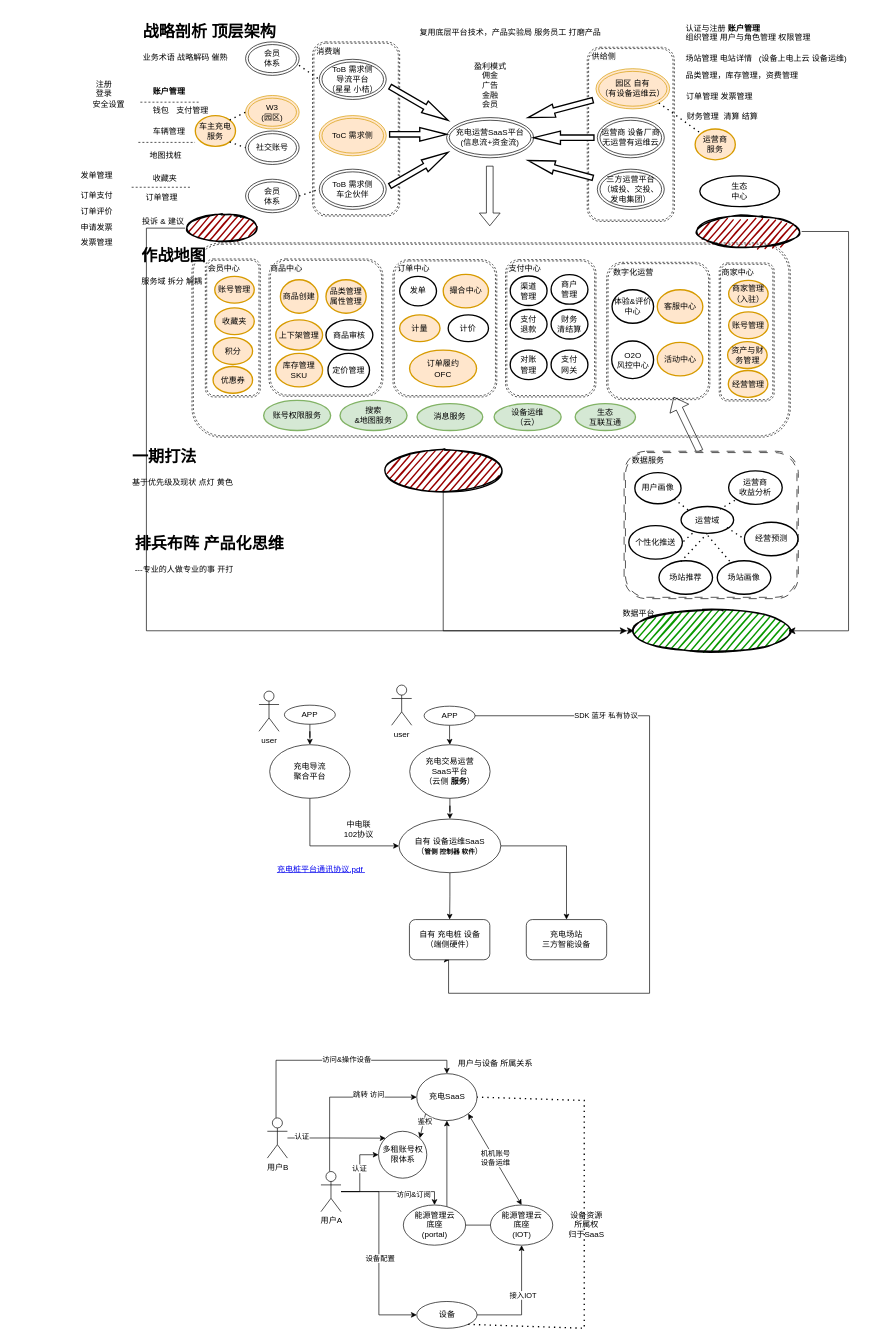
Before: page "第 2 页" (1 of 2) of OO.drawio in numenshane/draw.io, a draw.io diagram. Source tidied: cells renumbered, new cells numbered last; positions are measured from the earlier drawing's top-left corner, leaving out a move shared by most shapes. Both pictures are drawn from the tidied source at 67%, with x=0, y=0 at pixel (79, 13).
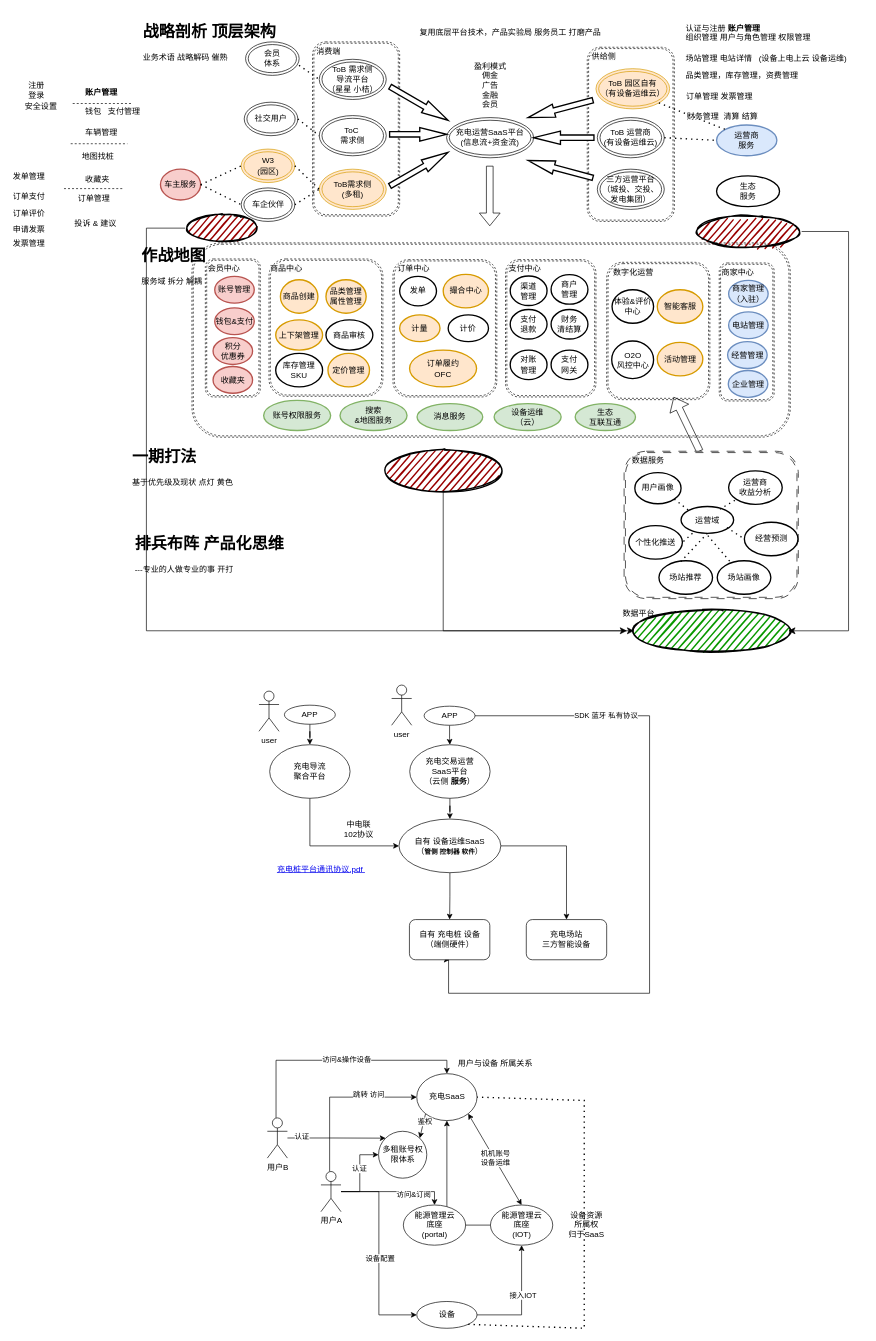
The same page after the edit.

What changed in the source:
```diff
@@
-    <mxCell id="10" value="运营商 设备厂商&lt;br&gt;无运营有运维云" style="ellipse;shape=doubleEllipse;whiteSpace=wrap;html=1;" parent="1" vertex="1">
+    <mxCell id="10" value="ToB 运营商&lt;br&gt;(有设备运维云)" style="ellipse;shape=doubleEllipse;whiteSpace=wrap;html=1;" parent="1" vertex="1">
       <mxGeometry x="773" y="155" width="100" height="60" as="geometry" />
     </mxCell>
-    <mxCell id="11" value="ToC&amp;nbsp;需求侧" style="ellipse;shape=doubleEllipse;whiteSpace=wrap;html=1;fillColor=#ffe6cc;strokeColor=#d79b00;" parent="1" vertex="1">
+    <mxCell id="11" value="ToC&amp;nbsp;&lt;br&gt;需求侧" style="ellipse;shape=doubleEllipse;whiteSpace=wrap;html=1;" parent="1" vertex="1">
       <mxGeometry x="358" y="152" width="100" height="60" as="geometry" />
     </mxCell>
@@
-    <mxCell id="17" value="ToB 需求侧&lt;br&gt;车企伙伴" style="ellipse;shape=doubleEllipse;whiteSpace=wrap;html=1;" parent="1" vertex="1">
+    <mxCell id="17" value="ToB需求侧&lt;br&gt;(多租)" style="ellipse;shape=doubleEllipse;whiteSpace=wrap;html=1;fillColor=#ffe6cc;strokeColor=#d79b00;" parent="1" vertex="1">
       <mxGeometry x="358" y="232" width="100" height="60" as="geometry" />
     </mxCell>
@@
-    <mxCell id="19" value="园区 自有&lt;br&gt;（有设备运维云）" style="ellipse;shape=doubleEllipse;whiteSpace=wrap;html=1;fillColor=#ffe6cc;strokeColor=#d79b00;" parent="1" vertex="1">
+    <mxCell id="19" value="ToB 园区自有&lt;br&gt;（有设备运维云）" style="ellipse;shape=doubleEllipse;whiteSpace=wrap;html=1;fillColor=#ffe6cc;strokeColor=#d79b00;" parent="1" vertex="1">
       <mxGeometry x="771" y="82" width="110" height="60" as="geometry" />
     </mxCell>
@@
-    <mxCell id="21" value="会员&lt;br&gt;体系" style="ellipse;shape=doubleEllipse;whiteSpace=wrap;html=1;" parent="1" vertex="1">
-      <mxGeometry x="248" y="247" width="80" height="50" as="geometry" />
+    <mxCell id="21" value="车企伙伴" style="ellipse;shape=doubleEllipse;whiteSpace=wrap;html=1;" parent="1" vertex="1">
+      <mxGeometry x="241.5" y="260" width="80" height="50" as="geometry" />
     </mxCell>
@@
     <mxCell id="23" value="W3&lt;br&gt;(园区)" style="ellipse;shape=doubleEllipse;whiteSpace=wrap;html=1;fillColor=#ffe6cc;strokeColor=#d79b00;" parent="1" vertex="1">
-      <mxGeometry x="248" y="122" width="80" height="50" as="geometry" />
+      <mxGeometry x="241.5" y="202" width="80" height="50" as="geometry" />
     </mxCell>
-    <mxCell id="24" value="社交账号" style="ellipse;shape=doubleEllipse;whiteSpace=wrap;html=1;" parent="1" vertex="1">
-      <mxGeometry x="248" y="175" width="80" height="50" as="geometry" />
+    <mxCell id="24" value="社交用户" style="ellipse;shape=doubleEllipse;whiteSpace=wrap;html=1;" parent="1" vertex="1">
+      <mxGeometry x="246" y="132" width="80" height="50" as="geometry" />
     </mxCell>
@@
-    <mxCell id="28" value="客服中心" style="strokeWidth=2;html=1;shape=mxgraph.flowchart.start_1;whiteSpace=wrap;fillColor=#ffe6cc;strokeColor=#d79b00;" parent="1" vertex="1">
+    <mxCell id="28" value="智能客服" style="strokeWidth=2;html=1;shape=mxgraph.flowchart.start_1;whiteSpace=wrap;fillColor=#ffe6cc;strokeColor=#d79b00;" parent="1" vertex="1">
       <mxGeometry x="862.5" y="412" width="68" height="50" as="geometry" />
     </mxCell>
@@
-    <mxCell id="30" value="&lt;b&gt;账户管理&lt;/b&gt;" style="text;whiteSpace=wrap;html=1;" parent="1" vertex="1">
-      <mxGeometry x="108" y="102" width="80" height="40" as="geometry" />
-    </mxCell>
-    <mxCell id="31" value="车辆管理" style="text;whiteSpace=wrap;html=1;" parent="1" vertex="1">
-      <mxGeometry x="108" y="162" width="80" height="40" as="geometry" />
-    </mxCell>
-    <mxCell id="32" value="安全设置" style="text;whiteSpace=wrap;html=1;" parent="1" vertex="1">
-      <mxGeometry x="18" y="122" width="80" height="40" as="geometry" />
-    </mxCell>
-    <mxCell id="33" value="支付管理" style="text;whiteSpace=wrap;html=1;" parent="1" vertex="1">
-      <mxGeometry x="143" y="130" width="80" height="40" as="geometry" />
-    </mxCell>
-    <mxCell id="34" value="收藏夹" style="text;whiteSpace=wrap;html=1;" parent="1" vertex="1">
-      <mxGeometry x="108" y="232" width="70" height="40" as="geometry" />
-    </mxCell>
-    <mxCell id="35" value="订单管理" style="text;whiteSpace=wrap;html=1;" parent="1" vertex="1">
-      <mxGeometry x="97" y="260" width="70" height="40" as="geometry" />
-    </mxCell>
-    <mxCell id="36" value="订单评价" style="text;whiteSpace=wrap;html=1;" parent="1" vertex="1">
-      <mxGeometry y="282" width="80" height="40" as="geometry" />
-    </mxCell>
-    <mxCell id="37" value="发单管理" style="text;whiteSpace=wrap;html=1;" parent="1" vertex="1">
-      <mxGeometry y="227" width="80" height="40" as="geometry" />
-    </mxCell>
-    <mxCell id="38" value="地图找桩" style="text;whiteSpace=wrap;html=1;" parent="1" vertex="1">
-      <mxGeometry x="103" y="198" width="80" height="40" as="geometry" />
-    </mxCell>
-    <mxCell id="39" value="订单支付" style="text;whiteSpace=wrap;html=1;" parent="1" vertex="1">
-      <mxGeometry y="257" width="80" height="40" as="geometry" />
-    </mxCell>
-    <mxCell id="40" value="申请发票" style="text;whiteSpace=wrap;html=1;" parent="1" vertex="1">
-      <mxGeometry y="306" width="80" height="40" as="geometry" />
-    </mxCell>
-    <mxCell id="41" value="发票管理" style="text;whiteSpace=wrap;html=1;" parent="1" vertex="1">
-      <mxGeometry y="327" width="80" height="40" as="geometry" />
-    </mxCell>
-    <mxCell id="42" value="注册 &lt;br&gt;登录" style="text;whiteSpace=wrap;html=1;" parent="1" vertex="1">
-      <mxGeometry x="23" y="92" width="80" height="40" as="geometry" />
-    </mxCell>
-    <mxCell id="43" value="投诉 &amp;amp; 建议" style="text;whiteSpace=wrap;html=1;" parent="1" vertex="1">
-      <mxGeometry x="92" y="297" width="80" height="40" as="geometry" />
-    </mxCell>
@@
-    <mxCell id="63" value="库存管理&lt;br&gt;SKU" style="strokeWidth=2;html=1;shape=mxgraph.flowchart.start_1;whiteSpace=wrap;fillColor=#ffe6cc;strokeColor=#d79b00;" parent="1" vertex="1">
+    <mxCell id="63" value="库存管理&lt;br&gt;SKU" style="strokeWidth=2;html=1;shape=mxgraph.flowchart.start_1;whiteSpace=wrap;" parent="1" vertex="1">
       <mxGeometry x="293" y="507" width="70" height="50" as="geometry" />
     </mxCell>
-    <mxCell id="64" value="定价管理" style="strokeWidth=2;html=1;shape=mxgraph.flowchart.start_1;whiteSpace=wrap;" parent="1" vertex="1">
+    <mxCell id="64" value="定价管理" style="strokeWidth=2;html=1;shape=mxgraph.flowchart.start_1;whiteSpace=wrap;fillColor=#ffe6cc;strokeColor=#d79b00;" parent="1" vertex="1">
       <mxGeometry x="371" y="507" width="62" height="50" as="geometry" />
     </mxCell>
@@
-    <mxCell id="67" value="车主充电服务" style="strokeWidth=2;html=1;shape=mxgraph.flowchart.start_1;whiteSpace=wrap;fillColor=#ffe6cc;strokeColor=#d79b00;" parent="1" vertex="1">
-      <mxGeometry x="173" y="152" width="60" height="46" as="geometry" />
+    <mxCell id="67" value="车主服务" style="strokeWidth=2;html=1;shape=mxgraph.flowchart.start_1;whiteSpace=wrap;fillColor=#f8cecc;strokeColor=#b85450;" parent="1" vertex="1">
+      <mxGeometry x="121" y="232" width="60" height="46" as="geometry" />
     </mxCell>
-    <mxCell id="68" value="运营商&lt;br&gt;服务" style="strokeWidth=2;html=1;shape=mxgraph.flowchart.start_1;whiteSpace=wrap;fillColor=#ffe6cc;strokeColor=#d79b00;" parent="1" vertex="1">
-      <mxGeometry x="919" y="172" width="60" height="46" as="geometry" />
+    <mxCell id="68" value="运营商&lt;br&gt;服务" style="strokeWidth=2;html=1;shape=mxgraph.flowchart.start_1;whiteSpace=wrap;fillColor=#dae8fc;strokeColor=#6c8ebf;" parent="1" vertex="1">
+      <mxGeometry x="951" y="166" width="90" height="46" as="geometry" />
     </mxCell>
@@
-    <mxCell id="70" style="endArrow=none;dashed=1;html=1;dashPattern=1 3;strokeWidth=2;rounded=0;entryX=0;entryY=0.5;entryDx=0;entryDy=0;exitX=0.855;exitY=0.145;exitDx=0;exitDy=0;exitPerimeter=0;" parent="1" edge="1" source="67" target="23">
+    <mxCell id="70" style="endArrow=none;dashed=1;html=1;dashPattern=1 3;strokeWidth=2;rounded=0;entryX=0;entryY=0.5;entryDx=0;entryDy=0;exitX=1;exitY=0.5;exitDx=0;exitDy=0;exitPerimeter=0;" parent="1" edge="1" source="67" target="23">
       <mxGeometry relative="1" as="geometry" />
     </mxCell>
-    <mxCell id="71" style="endArrow=none;dashed=1;html=1;dashPattern=1 3;strokeWidth=2;rounded=0;entryX=0;entryY=0.5;entryDx=0;entryDy=0;exitX=0.855;exitY=0.855;exitDx=0;exitDy=0;exitPerimeter=0;" parent="1" edge="1" source="67" target="24">
-      <mxGeometry relative="1" as="geometry" />
-    </mxCell>
@@
-    <mxCell id="79" value="钱包" style="text;whiteSpace=wrap;html=1;" parent="1" vertex="1">
-      <mxGeometry x="108" y="130" width="70" height="40" as="geometry" />
-    </mxCell>
@@
-    <mxCell id="81" value="活动中心" style="strokeWidth=2;html=1;shape=mxgraph.flowchart.start_1;whiteSpace=wrap;fillColor=#ffe6cc;strokeColor=#d79b00;" parent="1" vertex="1">
+    <mxCell id="81" value="活动管理" style="strokeWidth=2;html=1;shape=mxgraph.flowchart.start_1;whiteSpace=wrap;fillColor=#ffe6cc;strokeColor=#d79b00;" parent="1" vertex="1">
       <mxGeometry x="862.5" y="490.5" width="68" height="50" as="geometry" />
     </mxCell>
@@
-    <mxCell id="90" value="生态&lt;br&gt;中心" style="strokeWidth=2;html=1;shape=mxgraph.flowchart.start_1;whiteSpace=wrap;" parent="1" vertex="1">
-      <mxGeometry x="926" y="242" width="119" height="46" as="geometry" />
+    <mxCell id="90" value="生态&lt;br&gt;服务" style="strokeWidth=2;html=1;shape=mxgraph.flowchart.start_1;whiteSpace=wrap;" parent="1" vertex="1">
+      <mxGeometry x="951" y="242" width="94" height="46" as="geometry" />
     </mxCell>
@@
-    <mxCell id="95" style="endArrow=none;dashed=1;html=1;rounded=0;entryX=0.87;entryY=-0.149;entryDx=0;entryDy=0;entryPerimeter=0;" parent="1" edge="1" target="38">
-      <mxGeometry relative="1" as="geometry">
-        <mxPoint x="88" y="192" as="sourcePoint" />
-      </mxGeometry>
-    </mxCell>
-    <mxCell id="96" style="endArrow=none;dashed=1;html=1;rounded=0;" parent="1" edge="1">
-      <mxGeometry relative="1" as="geometry">
-        <mxPoint x="78" y="259" as="sourcePoint" />
-        <mxPoint x="168" y="259" as="targetPoint" />
-      </mxGeometry>
-    </mxCell>
-    <mxCell id="97" style="endArrow=none;dashed=1;html=1;rounded=0;" parent="1" edge="1">
-      <mxGeometry relative="1" as="geometry">
-        <mxPoint x="91" y="132" as="sourcePoint" />
-        <mxPoint x="181" y="132" as="targetPoint" />
-      </mxGeometry>
-    </mxCell>
@@
-    <mxCell id="105" value="账号管理" style="strokeWidth=2;html=1;shape=mxgraph.flowchart.start_1;whiteSpace=wrap;fillColor=#ffe6cc;strokeColor=#d79b00;" parent="1" vertex="1">
+    <mxCell id="105" value="账号管理" style="strokeWidth=2;html=1;shape=mxgraph.flowchart.start_1;whiteSpace=wrap;fillColor=#f8cecc;strokeColor=#b85450;" parent="1" vertex="1">
       <mxGeometry x="202" y="392" width="59" height="40" as="geometry" />
     </mxCell>
-    <mxCell id="106" value="优惠券" style="strokeWidth=2;html=1;shape=mxgraph.flowchart.start_1;whiteSpace=wrap;fillColor=#ffe6cc;strokeColor=#d79b00;" parent="1" vertex="1">
+    <mxCell id="106" value="收藏夹" style="strokeWidth=2;html=1;shape=mxgraph.flowchart.start_1;whiteSpace=wrap;fillColor=#f8cecc;strokeColor=#b85450;" parent="1" vertex="1">
       <mxGeometry x="199.5" y="526.5" width="59" height="40" as="geometry" />
     </mxCell>
-    <mxCell id="107" value="积分" style="strokeWidth=2;html=1;shape=mxgraph.flowchart.start_1;whiteSpace=wrap;fillColor=#ffe6cc;strokeColor=#d79b00;" parent="1" vertex="1">
+    <mxCell id="107" value="积分 &lt;br&gt;优惠券" style="strokeWidth=2;html=1;shape=mxgraph.flowchart.start_1;whiteSpace=wrap;fillColor=#f8cecc;strokeColor=#b85450;" parent="1" vertex="1">
       <mxGeometry x="199.5" y="483.5" width="59" height="40" as="geometry" />
     </mxCell>
-    <mxCell id="108" value="收藏夹" style="strokeWidth=2;html=1;shape=mxgraph.flowchart.start_1;whiteSpace=wrap;fillColor=#ffe6cc;strokeColor=#d79b00;" parent="1" vertex="1">
+    <mxCell id="108" value="钱包&amp;amp;支付" style="strokeWidth=2;html=1;shape=mxgraph.flowchart.start_1;whiteSpace=wrap;fillColor=#f8cecc;strokeColor=#b85450;" parent="1" vertex="1">
       <mxGeometry x="202" y="439" width="59" height="40" as="geometry" />
     </mxCell>
@@
-    <mxCell id="111" value="商家管理&lt;br&gt;（入驻）" style="strokeWidth=2;html=1;shape=mxgraph.flowchart.start_1;whiteSpace=wrap;fillColor=#ffe6cc;strokeColor=#d79b00;" parent="1" vertex="1">
+    <mxCell id="111" value="商家管理&lt;br&gt;（入驻）" style="strokeWidth=2;html=1;shape=mxgraph.flowchart.start_1;whiteSpace=wrap;fillColor=#dae8fc;strokeColor=#6c8ebf;" parent="1" vertex="1">
       <mxGeometry x="969" y="398" width="59" height="40" as="geometry" />
     </mxCell>
-    <mxCell id="112" value="经营管理" style="strokeWidth=2;html=1;shape=mxgraph.flowchart.start_1;whiteSpace=wrap;fillColor=#ffe6cc;strokeColor=#d79b00;" parent="1" vertex="1">
+    <mxCell id="112" value="企业管理" style="strokeWidth=2;html=1;shape=mxgraph.flowchart.start_1;whiteSpace=wrap;fillColor=#dae8fc;strokeColor=#6c8ebf;" parent="1" vertex="1">
       <mxGeometry x="968.5" y="532.5" width="59" height="40" as="geometry" />
     </mxCell>
-    <mxCell id="113" value="资产与财务管理" style="strokeWidth=2;html=1;shape=mxgraph.flowchart.start_1;whiteSpace=wrap;fillColor=#ffe6cc;strokeColor=#d79b00;" parent="1" vertex="1">
+    <mxCell id="113" value="经营管理" style="strokeWidth=2;html=1;shape=mxgraph.flowchart.start_1;whiteSpace=wrap;fillColor=#dae8fc;strokeColor=#6c8ebf;" parent="1" vertex="1">
       <mxGeometry x="967.5" y="489.5" width="59" height="40" as="geometry" />
     </mxCell>
-    <mxCell id="114" value="账号管理" style="strokeWidth=2;html=1;shape=mxgraph.flowchart.start_1;whiteSpace=wrap;fillColor=#ffe6cc;strokeColor=#d79b00;" parent="1" vertex="1">
+    <mxCell id="114" value="电站管理" style="strokeWidth=2;html=1;shape=mxgraph.flowchart.start_1;whiteSpace=wrap;fillColor=#dae8fc;strokeColor=#6c8ebf;" parent="1" vertex="1">
       <mxGeometry x="969" y="445" width="59" height="40" as="geometry" />
     </mxCell>
@@
+    <mxCell id="181" style="endArrow=none;dashed=1;html=1;dashPattern=1 3;strokeWidth=2;rounded=0;exitX=1;exitY=0.5;exitDx=0;exitDy=0;entryX=0;entryY=0.5;entryDx=0;entryDy=0;" parent="1" edge="1" source="23" target="17">
+      <mxGeometry relative="1" as="geometry" />
+    </mxCell>
+    <mxCell id="182" style="endArrow=none;dashed=1;html=1;dashPattern=1 3;strokeWidth=2;rounded=0;exitX=1;exitY=0.5;exitDx=0;exitDy=0;entryX=0;entryY=0.5;entryDx=0;entryDy=0;" parent="1" edge="1" source="24" target="11">
+      <mxGeometry relative="1" as="geometry" />
+    </mxCell>
+    <mxCell id="183" style="endArrow=none;dashed=1;html=1;dashPattern=1 3;strokeWidth=2;rounded=0;exitX=1;exitY=0.5;exitDx=0;exitDy=0;entryX=0;entryY=0.5;entryDx=0;entryDy=0;entryPerimeter=0;" parent="1" edge="1" source="10" target="68">
+      <mxGeometry relative="1" as="geometry" />
+    </mxCell>
+    <mxCell id="184" style="group;" parent="1" vertex="1">
+      <mxGeometry x="-101" y="94" width="222" height="275" as="geometry" />
+    </mxCell>
+    <mxCell id="30" value="&lt;b&gt;账户管理&lt;/b&gt;" style="text;whiteSpace=wrap;html=1;" parent="184" vertex="1">
+      <mxGeometry x="108" y="10" width="80" height="40" as="geometry" />
+    </mxCell>
+    <mxCell id="31" value="车辆管理" style="text;whiteSpace=wrap;html=1;" parent="184" vertex="1">
+      <mxGeometry x="108" y="70" width="80" height="40" as="geometry" />
+    </mxCell>
+    <mxCell id="32" value="安全设置" style="text;whiteSpace=wrap;html=1;" parent="184" vertex="1">
+      <mxGeometry x="18" y="30" width="80" height="40" as="geometry" />
+    </mxCell>
+    <mxCell id="34" value="收藏夹" style="text;whiteSpace=wrap;html=1;" parent="184" vertex="1">
+      <mxGeometry x="108" y="140" width="70" height="40" as="geometry" />
+    </mxCell>
+    <mxCell id="35" value="订单管理" style="text;whiteSpace=wrap;html=1;" parent="184" vertex="1">
+      <mxGeometry x="97" y="168" width="70" height="40" as="geometry" />
+    </mxCell>
+    <mxCell id="36" value="订单评价" style="text;whiteSpace=wrap;html=1;" parent="184" vertex="1">
+      <mxGeometry y="190" width="80" height="40" as="geometry" />
+    </mxCell>
+    <mxCell id="37" value="发单管理" style="text;whiteSpace=wrap;html=1;" parent="184" vertex="1">
+      <mxGeometry y="135" width="80" height="40" as="geometry" />
+    </mxCell>
+    <mxCell id="38" value="地图找桩" style="text;whiteSpace=wrap;html=1;" parent="184" vertex="1">
+      <mxGeometry x="103" y="106" width="80" height="40" as="geometry" />
+    </mxCell>
+    <mxCell id="39" value="订单支付" style="text;whiteSpace=wrap;html=1;" parent="184" vertex="1">
+      <mxGeometry y="165" width="80" height="40" as="geometry" />
+    </mxCell>
+    <mxCell id="40" value="申请发票" style="text;whiteSpace=wrap;html=1;" parent="184" vertex="1">
+      <mxGeometry y="214" width="80" height="40" as="geometry" />
+    </mxCell>
+    <mxCell id="41" value="发票管理" style="text;whiteSpace=wrap;html=1;" parent="184" vertex="1">
+      <mxGeometry y="235" width="80" height="40" as="geometry" />
+    </mxCell>
+    <mxCell id="42" value="注册 &lt;br&gt;登录" style="text;whiteSpace=wrap;html=1;" parent="184" vertex="1">
+      <mxGeometry x="23" width="80" height="40" as="geometry" />
+    </mxCell>
+    <mxCell id="43" value="投诉 &amp;amp; 建议" style="text;whiteSpace=wrap;html=1;" parent="184" vertex="1">
+      <mxGeometry x="92" y="205" width="80" height="40" as="geometry" />
+    </mxCell>
+    <mxCell id="79" value="钱包" style="text;whiteSpace=wrap;html=1;" parent="184" vertex="1">
+      <mxGeometry x="108" y="38" width="70" height="40" as="geometry" />
+    </mxCell>
+    <mxCell id="95" style="endArrow=none;dashed=1;html=1;rounded=0;entryX=0.87;entryY=-0.149;entryDx=0;entryDy=0;entryPerimeter=0;" parent="184" edge="1" target="38">
+      <mxGeometry relative="1" as="geometry">
+        <mxPoint x="88" y="100" as="sourcePoint" />
+      </mxGeometry>
+    </mxCell>
+    <mxCell id="96" style="endArrow=none;dashed=1;html=1;rounded=0;" parent="184" edge="1">
+      <mxGeometry relative="1" as="geometry">
+        <mxPoint x="78" y="167" as="sourcePoint" />
+        <mxPoint x="168" y="167" as="targetPoint" />
+      </mxGeometry>
+    </mxCell>
+    <mxCell id="97" style="endArrow=none;dashed=1;html=1;rounded=0;" parent="184" edge="1">
+      <mxGeometry relative="1" as="geometry">
+        <mxPoint x="91" y="40" as="sourcePoint" />
+        <mxPoint x="181" y="40" as="targetPoint" />
+      </mxGeometry>
+    </mxCell>
+    <mxCell id="33" value="支付管理" style="text;whiteSpace=wrap;html=1;" parent="184" vertex="1">
+      <mxGeometry x="142" y="38" width="80" height="40" as="geometry" />
+    </mxCell>
+    <mxCell id="185" style="endArrow=none;dashed=1;html=1;dashPattern=1 3;strokeWidth=2;rounded=0;exitX=1;exitY=0.5;exitDx=0;exitDy=0;exitPerimeter=0;entryX=0;entryY=0.5;entryDx=0;entryDy=0;" parent="1" edge="1" source="67" target="21">
+      <mxGeometry relative="1" as="geometry" />
+    </mxCell>
```
